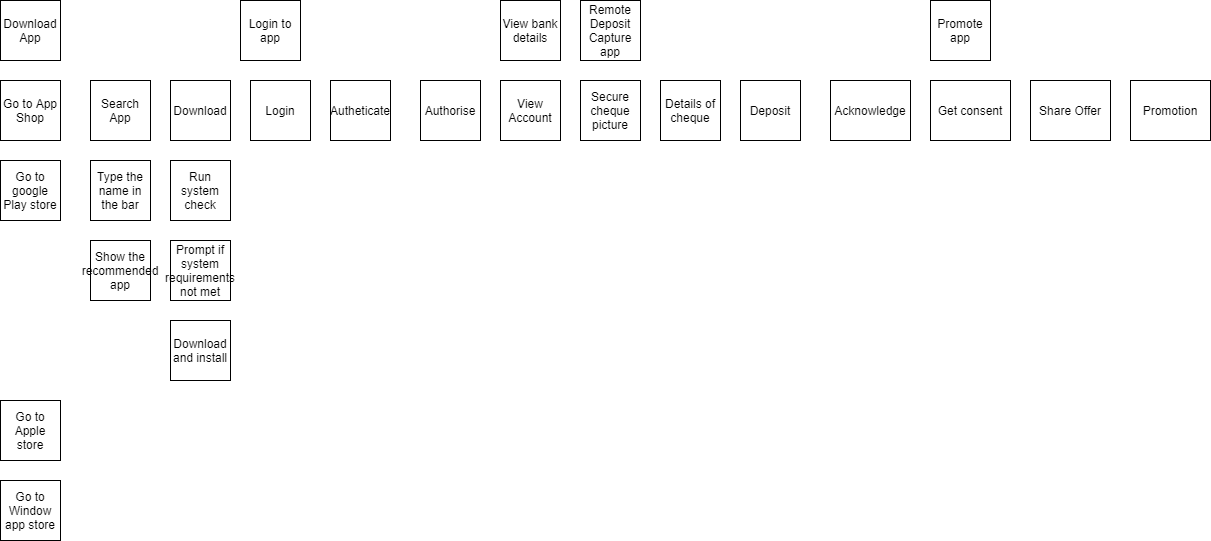
Before: StoryMap.png, a diagram exported from draw.io (sghatak215/shrikanya1). Source tidied: cells renumbered, new cells last; positions are measured from the earlier drawing's top-left corner, leaving out a move shared by most shapes. Source of this version:
```xml
<mxGraphModel>
  <root>
    <mxCell id="0" />
    <mxCell id="1" parent="0" />
    <mxCell id="2" value="Go to App Shop" style="rounded=0;whiteSpace=wrap;html=1;" parent="1" vertex="1">
      <mxGeometry y="80" width="60" height="60" as="geometry" />
    </mxCell>
    <mxCell id="3" value="Search App" style="rounded=0;whiteSpace=wrap;html=1;" parent="1" vertex="1">
      <mxGeometry x="90" y="80" width="60" height="60" as="geometry" />
    </mxCell>
    <mxCell id="4" value="Download" style="rounded=0;whiteSpace=wrap;html=1;" parent="1" vertex="1">
      <mxGeometry x="170" y="80" width="60" height="60" as="geometry" />
    </mxCell>
    <mxCell id="5" value="Login" style="rounded=0;whiteSpace=wrap;html=1;" parent="1" vertex="1">
      <mxGeometry x="250" y="80" width="60" height="60" as="geometry" />
    </mxCell>
    <mxCell id="6" value="Autheticate" style="rounded=0;whiteSpace=wrap;html=1;" parent="1" vertex="1">
      <mxGeometry x="330" y="80" width="60" height="60" as="geometry" />
    </mxCell>
    <mxCell id="7" value="Authorise" style="rounded=0;whiteSpace=wrap;html=1;" parent="1" vertex="1">
      <mxGeometry x="420" y="80" width="60" height="60" as="geometry" />
    </mxCell>
    <mxCell id="8" value="View Account" style="rounded=0;whiteSpace=wrap;html=1;" parent="1" vertex="1">
      <mxGeometry x="500" y="80" width="60" height="60" as="geometry" />
    </mxCell>
    <mxCell id="9" value="Secure cheque picture" style="rounded=0;whiteSpace=wrap;html=1;" parent="1" vertex="1">
      <mxGeometry x="580" y="80" width="60" height="60" as="geometry" />
    </mxCell>
    <mxCell id="10" value="Details of cheque" style="rounded=0;whiteSpace=wrap;html=1;" parent="1" vertex="1">
      <mxGeometry x="660" y="80" width="60" height="60" as="geometry" />
    </mxCell>
    <mxCell id="11" value="Deposit" style="rounded=0;whiteSpace=wrap;html=1;" parent="1" vertex="1">
      <mxGeometry x="740" y="80" width="60" height="60" as="geometry" />
    </mxCell>
    <mxCell id="12" value="Acknowledge" style="rounded=0;whiteSpace=wrap;html=1;" parent="1" vertex="1">
      <mxGeometry x="830" y="80" width="80" height="60" as="geometry" />
    </mxCell>
    <mxCell id="13" value="Get consent" style="rounded=0;whiteSpace=wrap;html=1;" parent="1" vertex="1">
      <mxGeometry x="930" y="80" width="80" height="60" as="geometry" />
    </mxCell>
    <mxCell id="14" value="Share Offer" style="rounded=0;whiteSpace=wrap;html=1;" parent="1" vertex="1">
      <mxGeometry x="1030" y="80" width="80" height="60" as="geometry" />
    </mxCell>
    <mxCell id="15" value="Promotion" style="rounded=0;whiteSpace=wrap;html=1;" parent="1" vertex="1">
      <mxGeometry x="1130" y="80" width="80" height="60" as="geometry" />
    </mxCell>
    <mxCell id="16" value="Download App" style="rounded=0;whiteSpace=wrap;html=1;" parent="1" vertex="1">
      <mxGeometry width="60" height="60" as="geometry" />
    </mxCell>
    <mxCell id="17" value="Login to app" style="rounded=0;whiteSpace=wrap;html=1;" parent="1" vertex="1">
      <mxGeometry x="240" width="60" height="60" as="geometry" />
    </mxCell>
    <mxCell id="18" value="View bank details" style="rounded=0;whiteSpace=wrap;html=1;" parent="1" vertex="1">
      <mxGeometry x="500" width="60" height="60" as="geometry" />
    </mxCell>
    <mxCell id="19" value="Remote Deposit Capture app" style="rounded=0;whiteSpace=wrap;html=1;" parent="1" vertex="1">
      <mxGeometry x="580" width="60" height="60" as="geometry" />
    </mxCell>
    <mxCell id="20" value="Promote app" style="rounded=0;whiteSpace=wrap;html=1;" parent="1" vertex="1">
      <mxGeometry x="930" width="60" height="60" as="geometry" />
    </mxCell>
    <mxCell id="21" value="Go to google Play store" style="rounded=0;whiteSpace=wrap;html=1;" parent="1" vertex="1">
      <mxGeometry y="160" width="60" height="60" as="geometry" />
    </mxCell>
    <mxCell id="22" value="Go to Apple store" style="rounded=0;whiteSpace=wrap;html=1;" parent="1" vertex="1">
      <mxGeometry y="400" width="60" height="60" as="geometry" />
    </mxCell>
    <mxCell id="23" value="Go to Window app store" style="rounded=0;whiteSpace=wrap;html=1;" parent="1" vertex="1">
      <mxGeometry y="480" width="60" height="60" as="geometry" />
    </mxCell>
    <mxCell id="24" value="Type the name in the bar" style="rounded=0;whiteSpace=wrap;html=1;" parent="1" vertex="1">
      <mxGeometry x="90" y="160" width="60" height="60" as="geometry" />
    </mxCell>
    <mxCell id="25" value="Show the recommended app" style="rounded=0;whiteSpace=wrap;html=1;" parent="1" vertex="1">
      <mxGeometry x="90" y="240" width="60" height="60" as="geometry" />
    </mxCell>
    <mxCell id="26" value="Run system check" style="rounded=0;whiteSpace=wrap;html=1;" parent="1" vertex="1">
      <mxGeometry x="170" y="160" width="60" height="60" as="geometry" />
    </mxCell>
    <mxCell id="27" value="Prompt if system requirements not met" style="rounded=0;whiteSpace=wrap;html=1;" parent="1" vertex="1">
      <mxGeometry x="170" y="240" width="60" height="60" as="geometry" />
    </mxCell>
    <mxCell id="28" value="Download and install" style="rounded=0;whiteSpace=wrap;html=1;" parent="1" vertex="1">
      <mxGeometry x="170" y="320" width="60" height="60" as="geometry" />
    </mxCell>
  </root>
</mxGraphModel>
```
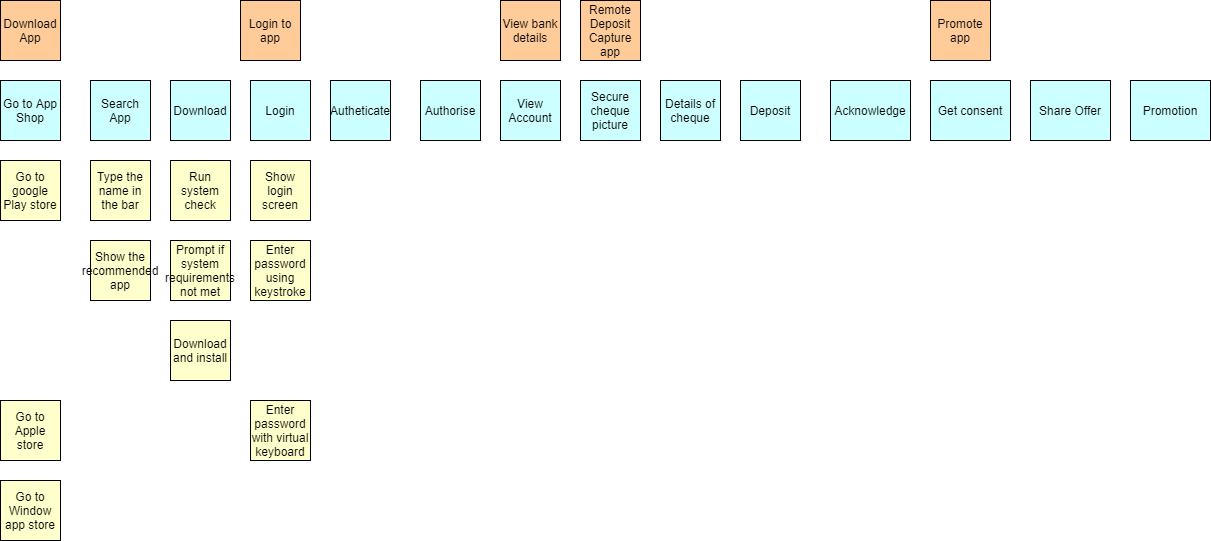
Above is the later version.

What changed in the source:
```diff
@@ -2,86 +2,95 @@
   <root>
     <mxCell id="0" />
     <mxCell id="1" parent="0" />
-    <mxCell id="2" value="Go to App Shop" style="rounded=0;whiteSpace=wrap;html=1;" parent="1" vertex="1">
+    <mxCell id="2" value="Go to App Shop" style="rounded=0;whiteSpace=wrap;html=1;fillColor=#CCFFFF;" parent="1" vertex="1">
       <mxGeometry y="80" width="60" height="60" as="geometry" />
     </mxCell>
-    <mxCell id="3" value="Search App" style="rounded=0;whiteSpace=wrap;html=1;" parent="1" vertex="1">
-      <mxGeometry x="90" y="80" width="60" height="60" as="geometry" />
-    </mxCell>
-    <mxCell id="4" value="Download" style="rounded=0;whiteSpace=wrap;html=1;" parent="1" vertex="1">
+    <mxCell id="4" value="Download" style="rounded=0;whiteSpace=wrap;html=1;fillColor=#CCFFFF;" parent="1" vertex="1">
       <mxGeometry x="170" y="80" width="60" height="60" as="geometry" />
     </mxCell>
-    <mxCell id="5" value="Login" style="rounded=0;whiteSpace=wrap;html=1;" parent="1" vertex="1">
+    <mxCell id="5" value="Login" style="rounded=0;whiteSpace=wrap;html=1;fillColor=#CCFFFF;" parent="1" vertex="1">
       <mxGeometry x="250" y="80" width="60" height="60" as="geometry" />
     </mxCell>
-    <mxCell id="6" value="Autheticate" style="rounded=0;whiteSpace=wrap;html=1;" parent="1" vertex="1">
+    <mxCell id="6" value="Autheticate" style="rounded=0;whiteSpace=wrap;html=1;fillColor=#CCFFFF;" parent="1" vertex="1">
       <mxGeometry x="330" y="80" width="60" height="60" as="geometry" />
     </mxCell>
-    <mxCell id="7" value="Authorise" style="rounded=0;whiteSpace=wrap;html=1;" parent="1" vertex="1">
+    <mxCell id="7" value="Authorise" style="rounded=0;whiteSpace=wrap;html=1;fillColor=#CCFFFF;" parent="1" vertex="1">
       <mxGeometry x="420" y="80" width="60" height="60" as="geometry" />
     </mxCell>
-    <mxCell id="8" value="View Account" style="rounded=0;whiteSpace=wrap;html=1;" parent="1" vertex="1">
+    <mxCell id="8" value="View Account" style="rounded=0;whiteSpace=wrap;html=1;fillColor=#CCFFFF;" parent="1" vertex="1">
       <mxGeometry x="500" y="80" width="60" height="60" as="geometry" />
     </mxCell>
-    <mxCell id="9" value="Secure cheque picture" style="rounded=0;whiteSpace=wrap;html=1;" parent="1" vertex="1">
+    <mxCell id="9" value="Secure cheque picture" style="rounded=0;whiteSpace=wrap;html=1;fillColor=#CCFFFF;" parent="1" vertex="1">
       <mxGeometry x="580" y="80" width="60" height="60" as="geometry" />
     </mxCell>
-    <mxCell id="10" value="Details of cheque" style="rounded=0;whiteSpace=wrap;html=1;" parent="1" vertex="1">
+    <mxCell id="10" value="Details of cheque" style="rounded=0;whiteSpace=wrap;html=1;fillColor=#CCFFFF;" parent="1" vertex="1">
       <mxGeometry x="660" y="80" width="60" height="60" as="geometry" />
     </mxCell>
-    <mxCell id="11" value="Deposit" style="rounded=0;whiteSpace=wrap;html=1;" parent="1" vertex="1">
+    <mxCell id="11" value="Deposit" style="rounded=0;whiteSpace=wrap;html=1;fillColor=#CCFFFF;" parent="1" vertex="1">
       <mxGeometry x="740" y="80" width="60" height="60" as="geometry" />
     </mxCell>
-    <mxCell id="12" value="Acknowledge" style="rounded=0;whiteSpace=wrap;html=1;" parent="1" vertex="1">
+    <mxCell id="12" value="Acknowledge" style="rounded=0;whiteSpace=wrap;html=1;fillColor=#CCFFFF;" parent="1" vertex="1">
       <mxGeometry x="830" y="80" width="80" height="60" as="geometry" />
     </mxCell>
-    <mxCell id="13" value="Get consent" style="rounded=0;whiteSpace=wrap;html=1;" parent="1" vertex="1">
+    <mxCell id="13" value="Get consent" style="rounded=0;whiteSpace=wrap;html=1;fillColor=#CCFFFF;" parent="1" vertex="1">
       <mxGeometry x="930" y="80" width="80" height="60" as="geometry" />
     </mxCell>
-    <mxCell id="14" value="Share Offer" style="rounded=0;whiteSpace=wrap;html=1;" parent="1" vertex="1">
+    <mxCell id="14" value="Share Offer" style="rounded=0;whiteSpace=wrap;html=1;fillColor=#CCFFFF;" parent="1" vertex="1">
       <mxGeometry x="1030" y="80" width="80" height="60" as="geometry" />
     </mxCell>
-    <mxCell id="15" value="Promotion" style="rounded=0;whiteSpace=wrap;html=1;" parent="1" vertex="1">
+    <mxCell id="15" value="Promotion" style="rounded=0;whiteSpace=wrap;html=1;fillColor=#CCFFFF;" parent="1" vertex="1">
       <mxGeometry x="1130" y="80" width="80" height="60" as="geometry" />
     </mxCell>
-    <mxCell id="16" value="Download App" style="rounded=0;whiteSpace=wrap;html=1;" parent="1" vertex="1">
+    <mxCell id="16" value="Download App" style="rounded=0;whiteSpace=wrap;html=1;fillColor=#FFCC99;" parent="1" vertex="1">
       <mxGeometry width="60" height="60" as="geometry" />
     </mxCell>
-    <mxCell id="17" value="Login to app" style="rounded=0;whiteSpace=wrap;html=1;" parent="1" vertex="1">
+    <mxCell id="17" value="Login to app" style="rounded=0;whiteSpace=wrap;html=1;fillColor=#FFCC99;" parent="1" vertex="1">
       <mxGeometry x="240" width="60" height="60" as="geometry" />
     </mxCell>
-    <mxCell id="18" value="View bank details" style="rounded=0;whiteSpace=wrap;html=1;" parent="1" vertex="1">
+    <mxCell id="18" value="View bank details" style="rounded=0;whiteSpace=wrap;html=1;fillColor=#FFCC99;" parent="1" vertex="1">
       <mxGeometry x="500" width="60" height="60" as="geometry" />
     </mxCell>
-    <mxCell id="19" value="Remote Deposit Capture app" style="rounded=0;whiteSpace=wrap;html=1;" parent="1" vertex="1">
+    <mxCell id="19" value="Remote Deposit Capture app" style="rounded=0;whiteSpace=wrap;html=1;fillColor=#FFCC99;" parent="1" vertex="1">
       <mxGeometry x="580" width="60" height="60" as="geometry" />
     </mxCell>
-    <mxCell id="20" value="Promote app" style="rounded=0;whiteSpace=wrap;html=1;" parent="1" vertex="1">
+    <mxCell id="20" value="Promote app" style="rounded=0;whiteSpace=wrap;html=1;fillColor=#FFCC99;" parent="1" vertex="1">
       <mxGeometry x="930" width="60" height="60" as="geometry" />
     </mxCell>
-    <mxCell id="21" value="Go to google Play store" style="rounded=0;whiteSpace=wrap;html=1;" parent="1" vertex="1">
+    <mxCell id="21" value="Go to google Play store" style="rounded=0;whiteSpace=wrap;html=1;fillColor=#FFFFCC;" parent="1" vertex="1">
       <mxGeometry y="160" width="60" height="60" as="geometry" />
     </mxCell>
-    <mxCell id="22" value="Go to Apple store" style="rounded=0;whiteSpace=wrap;html=1;" parent="1" vertex="1">
+    <mxCell id="22" value="Go to Apple store" style="rounded=0;whiteSpace=wrap;html=1;fillColor=#FFFFCC;" parent="1" vertex="1">
       <mxGeometry y="400" width="60" height="60" as="geometry" />
     </mxCell>
-    <mxCell id="23" value="Go to Window app store" style="rounded=0;whiteSpace=wrap;html=1;" parent="1" vertex="1">
+    <mxCell id="23" value="Go to Window app store" style="rounded=0;whiteSpace=wrap;html=1;fillColor=#FFFFCC;" parent="1" vertex="1">
       <mxGeometry y="480" width="60" height="60" as="geometry" />
     </mxCell>
-    <mxCell id="24" value="Type the name in the bar" style="rounded=0;whiteSpace=wrap;html=1;" parent="1" vertex="1">
+    <mxCell id="24" value="Type the name in the bar" style="rounded=0;whiteSpace=wrap;html=1;fillColor=#FFFFCC;" parent="1" vertex="1">
       <mxGeometry x="90" y="160" width="60" height="60" as="geometry" />
     </mxCell>
-    <mxCell id="25" value="Show the recommended app" style="rounded=0;whiteSpace=wrap;html=1;" parent="1" vertex="1">
+    <mxCell id="25" value="Show the recommended app" style="rounded=0;whiteSpace=wrap;html=1;fillColor=#FFFFCC;" parent="1" vertex="1">
       <mxGeometry x="90" y="240" width="60" height="60" as="geometry" />
     </mxCell>
-    <mxCell id="26" value="Run system check" style="rounded=0;whiteSpace=wrap;html=1;" parent="1" vertex="1">
+    <mxCell id="26" value="Run system check" style="rounded=0;whiteSpace=wrap;html=1;fillColor=#FFFFCC;" parent="1" vertex="1">
       <mxGeometry x="170" y="160" width="60" height="60" as="geometry" />
     </mxCell>
-    <mxCell id="27" value="Prompt if system requirements not met" style="rounded=0;whiteSpace=wrap;html=1;" parent="1" vertex="1">
+    <mxCell id="27" value="Prompt if system requirements not met" style="rounded=0;whiteSpace=wrap;html=1;fillColor=#FFFFCC;" parent="1" vertex="1">
       <mxGeometry x="170" y="240" width="60" height="60" as="geometry" />
     </mxCell>
-    <mxCell id="28" value="Download and install" style="rounded=0;whiteSpace=wrap;html=1;" parent="1" vertex="1">
+    <mxCell id="28" value="Download and install" style="rounded=0;whiteSpace=wrap;html=1;fillColor=#FFFFCC;" parent="1" vertex="1">
       <mxGeometry x="170" y="320" width="60" height="60" as="geometry" />
     </mxCell>
+    <mxCell id="29" value="Show login screen" style="rounded=0;whiteSpace=wrap;html=1;fillColor=#FFFFCC;" parent="1" vertex="1">
+      <mxGeometry x="250" y="160" width="60" height="60" as="geometry" />
+    </mxCell>
+    <mxCell id="30" value="Enter password using keystroke" style="rounded=0;whiteSpace=wrap;html=1;fillColor=#FFFFCC;" parent="1" vertex="1">
+      <mxGeometry x="250" y="240" width="60" height="60" as="geometry" />
+    </mxCell>
+    <mxCell id="31" value="Enter password with virtual keyboard" style="rounded=0;whiteSpace=wrap;html=1;fillColor=#FFFFCC;" parent="1" vertex="1">
+      <mxGeometry x="250" y="400" width="60" height="60" as="geometry" />
+    </mxCell>
+    <mxCell id="3" value="Search App" style="rounded=0;whiteSpace=wrap;html=1;fillColor=#CCFFFF;" parent="1" vertex="1">
+      <mxGeometry x="90" y="80" width="60" height="60" as="geometry" />
+    </mxCell>
   </root>
 </mxGraphModel>
```
